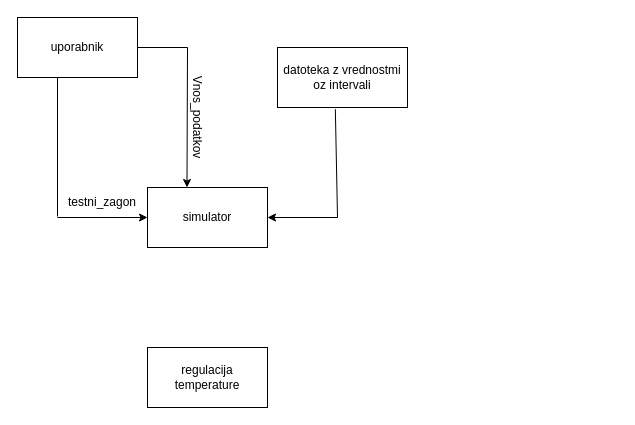
Earlier version of the draw.io diagram diagram toka podatkov.drawio (OPI-v-v/simulator). Source tidied: cells renumbered, new cells numbered last; positions are measured from the earlier drawing's top-left corner, leaving out a move shared by most shapes. Both pictures are drawn from the tidied source at 100%, with x=0, y=0 at pixel (17, 17).
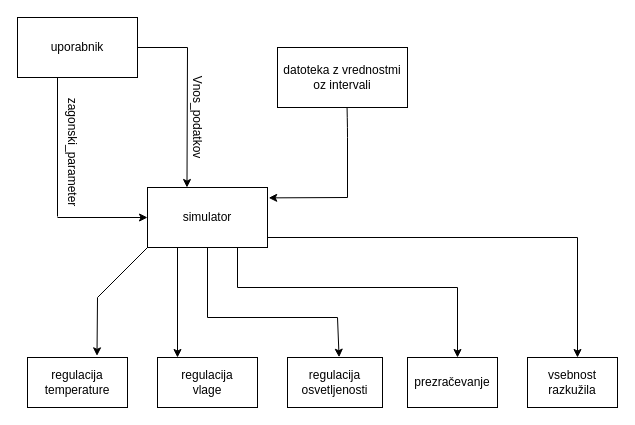
Above is the later version.

The change refers to these unchanged cells:
```xml
<mxCell id="3" value="datoteka z vrednostmi oz intervali" style="rounded=0;whiteSpace=wrap;html=1;" parent="1" vertex="1">
  <mxGeometry x="260" y="30" width="130" height="60" as="geometry" />
</mxCell>
<mxCell id="4" value="simulator" style="rounded=0;whiteSpace=wrap;html=1;" parent="1" vertex="1">
  <mxGeometry x="130" y="170" width="120" height="60" as="geometry" />
</mxCell>
```

Change to the diagram source:
```diff
@@
-    <mxCell id="7" value="testni_zagon" style="text;html=1;strokeColor=none;fillColor=none;align=center;verticalAlign=middle;whiteSpace=wrap;rounded=0;" parent="1" vertex="1">
-      <mxGeometry x="50" y="170" width="70" height="30" as="geometry" />
+    <mxCell id="7" value="zagonski_parameter" style="text;html=1;strokeColor=none;fillColor=none;align=center;verticalAlign=middle;whiteSpace=wrap;rounded=0;rotation=90;" parent="1" vertex="1">
+      <mxGeometry x="20" y="120" width="70" height="30" as="geometry" />
     </mxCell>
     <mxCell id="8" value="regulacija temperature" style="rounded=0;whiteSpace=wrap;html=1;" parent="1" vertex="1">
-      <mxGeometry x="130" y="330" width="120" height="60" as="geometry" />
+      <mxGeometry x="10" y="340" width="100" height="50" as="geometry" />
     </mxCell>
@@
-    <mxCell id="12" style="endArrow=classic;html=1;entryX=1;entryY=0.5;entryDx=0;entryDy=0;" parent="1" edge="1" target="4">
+    <mxCell id="12" style="endArrow=classic;html=1;entryX=1.01;entryY=0.173;entryDx=0;entryDy=0;entryPerimeter=0;" parent="1" edge="1" target="4">
       <mxGeometry relative="1" as="geometry">
-        <mxPoint x="320" y="200" as="sourcePoint" />
+        <mxPoint x="330" y="180" as="sourcePoint" />
       </mxGeometry>
     </mxCell>
-    <mxCell id="13" style="endArrow=none;html=1;entryX=0.445;entryY=1.028;entryDx=0;entryDy=0;entryPerimeter=0;" parent="1" edge="1" target="3">
+    <mxCell id="13" style="endArrow=none;html=1;entryX=0.535;entryY=0.993;entryDx=0;entryDy=0;entryPerimeter=0;" parent="1" edge="1" target="3">
       <mxGeometry relative="1" as="geometry">
-        <mxPoint x="320" y="200" as="sourcePoint" />
+        <mxPoint x="330" y="180" as="sourcePoint" />
+        <Array as="points">
+          <mxPoint x="330" y="110" />
+        </Array>
       </mxGeometry>
     </mxCell>
+    <mxCell id="14" value="regulacija&lt;br&gt;vlage" style="rounded=0;whiteSpace=wrap;html=1;" parent="1" vertex="1">
+      <mxGeometry x="140" y="340" width="100" height="50" as="geometry" />
+    </mxCell>
+    <mxCell id="15" value="regulacija osvetljenosti" style="rounded=0;whiteSpace=wrap;html=1;" parent="1" vertex="1">
+      <mxGeometry x="270" y="340" width="95" height="50" as="geometry" />
+    </mxCell>
+    <mxCell id="16" value="prezračevanje" style="rounded=0;whiteSpace=wrap;html=1;" parent="1" vertex="1">
+      <mxGeometry x="390" y="340" width="90" height="50" as="geometry" />
+    </mxCell>
+    <mxCell id="17" value="vsebnost razkužila" style="rounded=0;whiteSpace=wrap;html=1;" parent="1" vertex="1">
+      <mxGeometry x="510" y="340" width="90" height="50" as="geometry" />
+    </mxCell>
+    <mxCell id="18" style="endArrow=none;html=1;" parent="1" edge="1">
+      <mxGeometry relative="1" as="geometry">
+        <mxPoint x="80" y="280" as="sourcePoint" />
+        <mxPoint x="130" y="230" as="targetPoint" />
+      </mxGeometry>
+    </mxCell>
+    <mxCell id="19" style="endArrow=none;html=1;" parent="1" edge="1">
+      <mxGeometry relative="1" as="geometry">
+        <mxPoint x="560" y="220" as="sourcePoint" />
+        <mxPoint x="250" y="220" as="targetPoint" />
+      </mxGeometry>
+    </mxCell>
+    <mxCell id="20" style="endArrow=classic;html=1;" parent="1" edge="1">
+      <mxGeometry relative="1" as="geometry">
+        <mxPoint x="560" y="220" as="sourcePoint" />
+        <mxPoint x="560" y="340" as="targetPoint" />
+      </mxGeometry>
+    </mxCell>
+    <mxCell id="21" style="endArrow=classic;html=1;entryX=0.695;entryY=-0.033;entryDx=0;entryDy=0;entryPerimeter=0;" parent="1" edge="1" target="8">
+      <mxGeometry relative="1" as="geometry">
+        <mxPoint x="80" y="280" as="sourcePoint" />
+      </mxGeometry>
+    </mxCell>
+    <mxCell id="22" style="endArrow=none;html=1;entryX=0.75;entryY=1;entryDx=0;entryDy=0;" parent="1" edge="1" target="4">
+      <mxGeometry relative="1" as="geometry">
+        <mxPoint x="220" y="270" as="sourcePoint" />
+      </mxGeometry>
+    </mxCell>
+    <mxCell id="23" style="endArrow=classic;html=1;" parent="1" edge="1">
+      <mxGeometry relative="1" as="geometry">
+        <mxPoint x="440" y="270" as="sourcePoint" />
+        <mxPoint x="440" y="340" as="targetPoint" />
+      </mxGeometry>
+    </mxCell>
+    <mxCell id="24" style="endArrow=classic;html=1;exitX=0.25;exitY=1;exitDx=0;exitDy=0;entryX=0.2;entryY=0;entryDx=0;entryDy=0;entryPerimeter=0;" parent="1" edge="1" source="4" target="14">
+      <mxGeometry relative="1" as="geometry" />
+    </mxCell>
+    <mxCell id="25" style="endArrow=none;html=1;" parent="1" edge="1">
+      <mxGeometry relative="1" as="geometry">
+        <mxPoint x="220" y="270" as="sourcePoint" />
+        <mxPoint x="440" y="270" as="targetPoint" />
+      </mxGeometry>
+    </mxCell>
+    <mxCell id="26" style="endArrow=none;html=1;entryX=0.5;entryY=1;entryDx=0;entryDy=0;" parent="1" edge="1" target="4">
+      <mxGeometry relative="1" as="geometry">
+        <mxPoint x="190" y="300" as="sourcePoint" />
+      </mxGeometry>
+    </mxCell>
+    <mxCell id="27" style="endArrow=none;html=1;" parent="1" edge="1">
+      <mxGeometry relative="1" as="geometry">
+        <mxPoint x="190" y="300" as="sourcePoint" />
+        <mxPoint x="320" y="300" as="targetPoint" />
+      </mxGeometry>
+    </mxCell>
+    <mxCell id="28" style="endArrow=classic;html=1;entryX=0.543;entryY=-0.006;entryDx=0;entryDy=0;entryPerimeter=0;" parent="1" edge="1" target="15">
+      <mxGeometry relative="1" as="geometry">
+        <mxPoint x="320" y="300" as="sourcePoint" />
+      </mxGeometry>
+    </mxCell>
```
